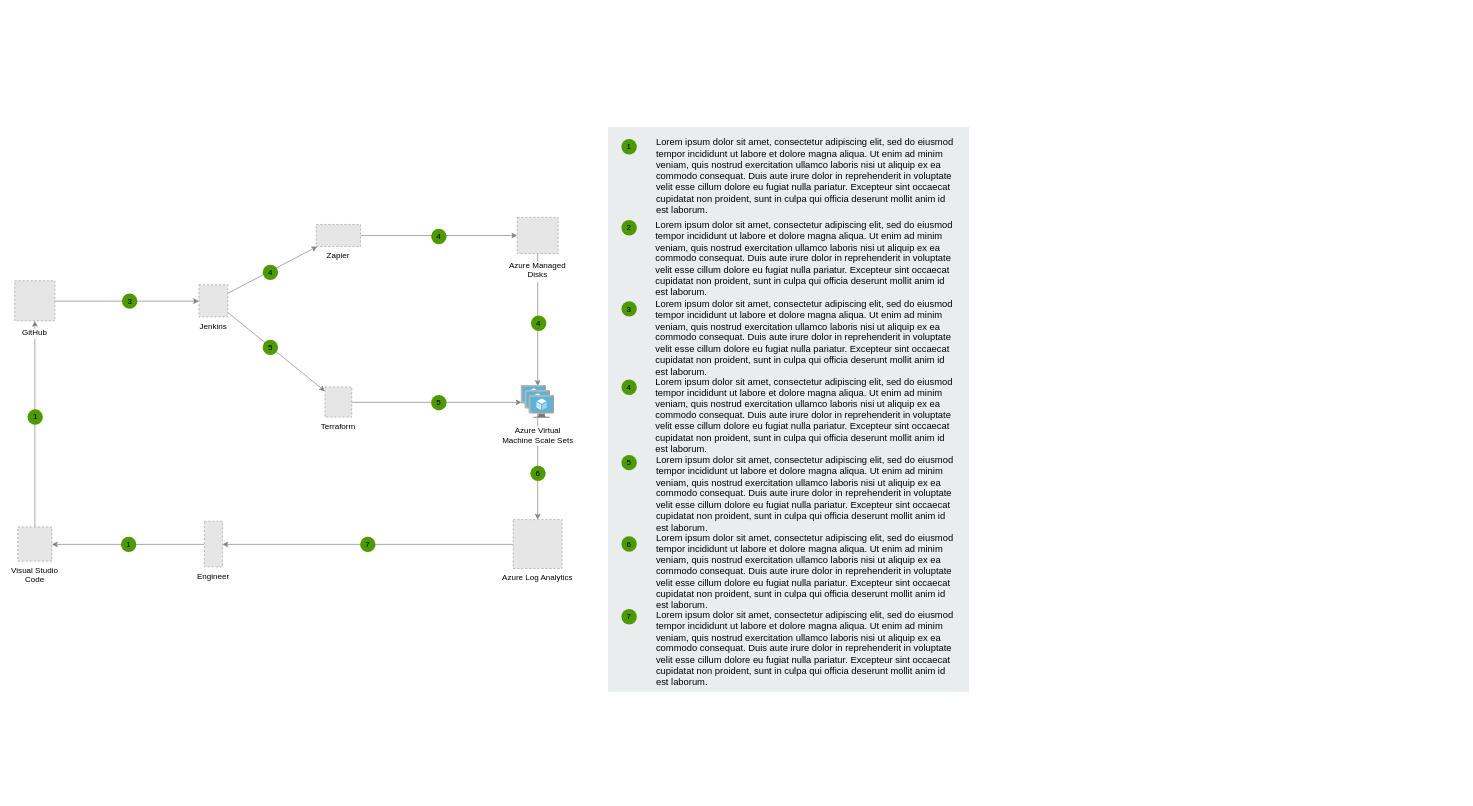
Earlier version of the draw.io diagram Untitled Diagram.drawio (PhamHaiLong99/Strlen-derirative). Source tidied: cells renumbered, new cells numbered last; positions are measured from the earlier drawing's top-left corner, leaving out a move shared by most shapes. Both pictures are drawn from the tidied source at 67%, with x=0, y=0 at pixel (14, 127). Pictures stored in the file or linked from it are replaced by grey dashed boxes.
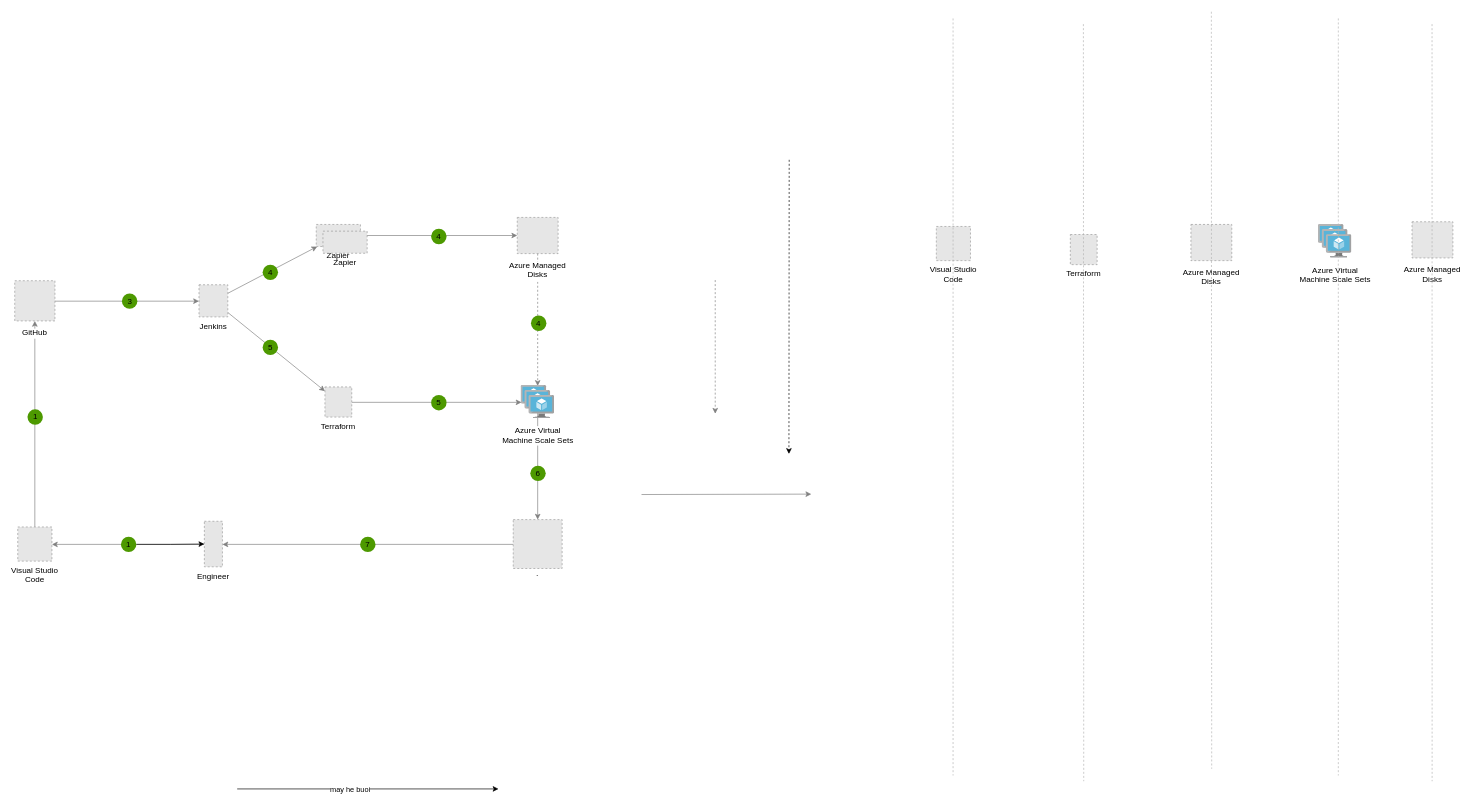
The same page after the edit.

Unchanged cells that the change refers to:
```xml
<mxCell id="16" value="Azure Managed&#10;Disks" style="fillColor=#E6E6E6;strokeColor=#999999;dashed=1;verticalLabelPosition=bottom;labelBackgroundColor=#ffffff;verticalAlign=top;spacingTop=4;" parent="1" vertex="1">
  <mxGeometry x="750.5" y="135" width="61" height="54" as="geometry" />
</mxCell>
<mxCell id="17" value="Azure Virtual&lt;br&gt;Machine Scale Sets" style="html=1;perimeter=none;align=center;shadow=0;dashed=0;image;fontSize=12;image=img/lib/mscae/VM_Scale_Set.svg;labelBackgroundColor=#ffffff;spacingTop=4;" parent="1" vertex="1">
  <mxGeometry x="756" y="385.5" width="50" height="50" as="geometry" />
</mxCell>
<mxCell id="19" value="Engineer" style="fillColor=#E6E6E6;strokeColor=#999999;dashed=1;verticalLabelPosition=bottom;labelBackgroundColor=none;verticalAlign=top;" parent="1" vertex="1">
  <mxGeometry x="283.5" y="588.5" width="27" height="68" as="geometry" />
</mxCell>
<mxCell id="22" value="1" style="ellipse;whiteSpace=wrap;html=1;fillColor=#4D9900;strokeColor=none;labelBackgroundColor=none;" parent="1" vertex="1">
  <mxGeometry x="159" y="611.5" width="23" height="23" as="geometry" />
</mxCell>
```

The edit, as a diff of the source:
```diff
@@
-    <mxCell id="7" style="edgeStyle=elbowEdgeStyle;rounded=0;jettySize=auto;html=1;entryX=0.501;entryY=0.02;entryDx=0;entryDy=0;strokeColor=#808080;entryPerimeter=0;" parent="1" edge="1" source="16" target="17">
+    <mxCell id="7" style="edgeStyle=elbowEdgeStyle;rounded=0;jettySize=auto;html=1;entryX=0.501;entryY=0.02;entryDx=0;entryDy=0;strokeColor=#808080;entryPerimeter=0;dashed=1;" parent="1" edge="1" source="16" target="17">
       <mxGeometry relative="1" as="geometry" />
     </mxCell>
@@
-    <mxCell id="20" value="Azure Log Analytics" style="fillColor=#E6E6E6;strokeColor=#999999;dashed=1;verticalLabelPosition=bottom;labelBackgroundColor=none;verticalAlign=top;" parent="1" vertex="1">
+    <mxCell id="20" value="`" style="fillColor=#E6E6E6;strokeColor=#999999;dashed=1;verticalLabelPosition=bottom;labelBackgroundColor=none;verticalAlign=top;" parent="1" vertex="1">
       <mxGeometry x="744.5" y="586" width="73" height="73" as="geometry" />
     </mxCell>
@@
+    <mxCell id="46" style="edgeStyle=orthogonalEdgeStyle;rounded=0;jettySize=auto;html=1;" parent="1" edge="1" source="22" target="19">
+      <mxGeometry relative="1" as="geometry" />
+    </mxCell>
@@
-    <mxCell id="31" style="rounded=0;whiteSpace=wrap;html=1;fillColor=#EAEDED;fontSize=22;fontColor=#FFFFFF;strokeColor=none;labelBackgroundColor=none;" parent="1" vertex="1">
-      <mxGeometry x="886" width="539" height="843" as="geometry" />
-    </mxCell>
-    <mxCell id="32" value="&lt;span&gt;Lorem ipsum dolor sit amet, consectetur adipiscing elit, sed do eiusmod tempor incididunt ut labore et dolore magna aliqua. Ut enim ad minim veniam, quis nostrud exercitation ullamco laboris nisi ut aliquip ex ea commodo consequat. Duis aute irure dolor in reprehenderit in voluptate velit esse cillum dolore eu fugiat nulla pariatur. Excepteur sint occaecat cupidatat non proident, sunt in culpa qui officia deserunt mollit anim id est laborum.&lt;/span&gt;&lt;br&gt;" style="text;html=1;align=left;verticalAlign=top;spacingTop=-4;fontSize=14;labelBackgroundColor=none;whiteSpace=wrap;" parent="1" vertex="1">
-      <mxGeometry x="955.5" y="11.5" width="449" height="118" as="geometry" />
-    </mxCell>
-    <mxCell id="33" value="&lt;span&gt;Lorem ipsum dolor sit amet, consectetur adipiscing elit, sed do eiusmod tempor incididunt ut labore et dolore magna aliqua. Ut enim ad minim veniam, quis nostrud exercitation ullamco laboris nisi ut aliquip ex ea commodo consequat. Duis aute irure dolor in reprehenderit in voluptate velit esse cillum dolore eu fugiat nulla pariatur. Excepteur sint occaecat cupidatat non proident, sunt in culpa qui officia deserunt mollit anim id est laborum.&lt;/span&gt;&lt;br&gt;" style="text;html=1;align=left;verticalAlign=top;spacingTop=-4;fontSize=14;labelBackgroundColor=none;whiteSpace=wrap;" parent="1" vertex="1">
-      <mxGeometry x="954.5" y="134.5" width="450" height="115" as="geometry" />
-    </mxCell>
-    <mxCell id="34" value="&lt;span&gt;Lorem ipsum dolor sit amet, consectetur adipiscing elit, sed do eiusmod tempor incididunt ut labore et dolore magna aliqua. Ut enim ad minim veniam, quis nostrud exercitation ullamco laboris nisi ut aliquip ex ea commodo consequat. Duis aute irure dolor in reprehenderit in voluptate velit esse cillum dolore eu fugiat nulla pariatur. Excepteur sint occaecat cupidatat non proident, sunt in culpa qui officia deserunt mollit anim id est laborum.&lt;/span&gt;&lt;br&gt;" style="text;html=1;align=left;verticalAlign=top;spacingTop=-4;fontSize=14;labelBackgroundColor=none;whiteSpace=wrap;" parent="1" vertex="1">
-      <mxGeometry x="954.5" y="252.5" width="450" height="117" as="geometry" />
-    </mxCell>
-    <mxCell id="35" value="&lt;span&gt;Lorem ipsum dolor sit amet, consectetur adipiscing elit, sed do eiusmod tempor incididunt ut labore et dolore magna aliqua. Ut enim ad minim veniam, quis nostrud exercitation ullamco laboris nisi ut aliquip ex ea commodo consequat. Duis aute irure dolor in reprehenderit in voluptate velit esse cillum dolore eu fugiat nulla pariatur. Excepteur sint occaecat cupidatat non proident, sunt in culpa qui officia deserunt mollit anim id est laborum.&lt;/span&gt;&lt;br&gt;" style="text;html=1;align=left;verticalAlign=top;spacingTop=-4;fontSize=14;labelBackgroundColor=none;whiteSpace=wrap;" parent="1" vertex="1">
-      <mxGeometry x="954.5" y="368.5" width="450" height="121" as="geometry" />
-    </mxCell>
-    <mxCell id="36" value="&lt;span&gt;Lorem ipsum dolor sit amet, consectetur adipiscing elit, sed do eiusmod tempor incididunt ut labore et dolore magna aliqua. Ut enim ad minim veniam, quis nostrud exercitation ullamco laboris nisi ut aliquip ex ea commodo consequat. Duis aute irure dolor in reprehenderit in voluptate velit esse cillum dolore eu fugiat nulla pariatur. Excepteur sint occaecat cupidatat non proident, sunt in culpa qui officia deserunt mollit anim id est laborum.&lt;/span&gt;&lt;br&gt;" style="text;html=1;align=left;verticalAlign=top;spacingTop=-4;fontSize=14;labelBackgroundColor=none;whiteSpace=wrap;" parent="1" vertex="1">
-      <mxGeometry x="955.5" y="485.5" width="449" height="114" as="geometry" />
-    </mxCell>
-    <mxCell id="37" value="&lt;span&gt;Lorem ipsum dolor sit amet, consectetur adipiscing elit, sed do eiusmod tempor incididunt ut labore et dolore magna aliqua. Ut enim ad minim veniam, quis nostrud exercitation ullamco laboris nisi ut aliquip ex ea commodo consequat. Duis aute irure dolor in reprehenderit in voluptate velit esse cillum dolore eu fugiat nulla pariatur. Excepteur sint occaecat cupidatat non proident, sunt in culpa qui officia deserunt mollit anim id est laborum.&lt;/span&gt;&lt;br&gt;" style="text;html=1;align=left;verticalAlign=top;spacingTop=-4;fontSize=14;labelBackgroundColor=none;whiteSpace=wrap;" parent="1" vertex="1">
-      <mxGeometry x="955.5" y="601.5" width="450" height="118" as="geometry" />
-    </mxCell>
-    <mxCell id="38" value="&lt;span&gt;Lorem ipsum dolor sit amet, consectetur adipiscing elit, sed do eiusmod tempor incididunt ut labore et dolore magna aliqua. Ut enim ad minim veniam, quis nostrud exercitation ullamco laboris nisi ut aliquip ex ea commodo consequat. Duis aute irure dolor in reprehenderit in voluptate velit esse cillum dolore eu fugiat nulla pariatur. Excepteur sint occaecat cupidatat non proident, sunt in culpa qui officia deserunt mollit anim id est laborum.&lt;/span&gt;&lt;br&gt;" style="text;html=1;align=left;verticalAlign=top;spacingTop=-4;fontSize=14;labelBackgroundColor=none;whiteSpace=wrap;" parent="1" vertex="1">
-      <mxGeometry x="955.5" y="716.5" width="449" height="113" as="geometry" />
-    </mxCell>
-    <mxCell id="39" value="1" style="ellipse;whiteSpace=wrap;html=1;fillColor=#4D9900;strokeColor=none;labelBackgroundColor=none;" parent="1" vertex="1">
-      <mxGeometry x="906" y="18" width="23" height="23" as="geometry" />
-    </mxCell>
-    <mxCell id="40" value="2" style="ellipse;whiteSpace=wrap;html=1;fillColor=#4D9900;strokeColor=none;labelBackgroundColor=none;" parent="1" vertex="1">
-      <mxGeometry x="906" y="139" width="23" height="23" as="geometry" />
-    </mxCell>
-    <mxCell id="41" value="3" style="ellipse;whiteSpace=wrap;html=1;fillColor=#4D9900;strokeColor=none;labelBackgroundColor=none;" parent="1" vertex="1">
-      <mxGeometry x="906" y="260" width="23" height="23" as="geometry" />
-    </mxCell>
-    <mxCell id="42" value="4" style="ellipse;whiteSpace=wrap;html=1;fillColor=#4D9900;strokeColor=none;labelBackgroundColor=none;" parent="1" vertex="1">
-      <mxGeometry x="906" y="377" width="23" height="23" as="geometry" />
-    </mxCell>
-    <mxCell id="43" value="5" style="ellipse;whiteSpace=wrap;html=1;fillColor=#4D9900;strokeColor=none;labelBackgroundColor=none;" parent="1" vertex="1">
-      <mxGeometry x="906" y="489.5" width="23" height="23" as="geometry" />
-    </mxCell>
-    <mxCell id="44" value="6" style="ellipse;whiteSpace=wrap;html=1;fillColor=#4D9900;strokeColor=none;labelBackgroundColor=none;" parent="1" vertex="1">
-      <mxGeometry x="906" y="611" width="23" height="23" as="geometry" />
-    </mxCell>
-    <mxCell id="45" value="7" style="ellipse;whiteSpace=wrap;html=1;fillColor=#4D9900;strokeColor=none;labelBackgroundColor=none;" parent="1" vertex="1">
-      <mxGeometry x="906" y="719.5" width="23" height="23" as="geometry" />
-    </mxCell>
+    <mxCell id="47" style="endArrow=classic;fontFamily=Helvetica;" parent="1" edge="1">
+      <mxGeometry relative="1" as="geometry">
+        <mxPoint x="332.5" y="988" as="sourcePoint" />
+        <mxPoint x="722.5" y="988" as="targetPoint" />
+      </mxGeometry>
+    </mxCell>
+    <mxCell id="48" value="may he buoi" style="edgeLabel;html=1;align=center;verticalAlign=middle;fontFamily=Helvetica;" parent="47" vertex="1">
+      <mxGeometry x="-0.14" relative="1" as="geometry" />
+    </mxCell>
+    <mxCell id="49" value="Azure Managed&#10;Disks" style="fillColor=#E6E6E6;strokeColor=#999999;dashed=1;verticalLabelPosition=bottom;labelBackgroundColor=#ffffff;verticalAlign=top;spacingTop=4;" parent="1" vertex="1">
+      <mxGeometry x="1756" y="145.5" width="61" height="54" as="geometry" />
+    </mxCell>
+    <mxCell id="50" value="Azure Virtual&lt;br&gt;Machine Scale Sets" style="html=1;perimeter=none;align=center;shadow=0;dashed=0;image;fontSize=12;image=img/lib/mscae/VM_Scale_Set.svg;labelBackgroundColor=#ffffff;spacingTop=4;" parent="1" vertex="1">
+      <mxGeometry x="1946" y="145.5" width="50" height="50" as="geometry" />
+    </mxCell>
+    <mxCell id="51" value="Terraform" style="fillColor=#E6E6E6;strokeColor=#999999;dashed=1;verticalLabelPosition=bottom;labelBackgroundColor=none;verticalAlign=top;" parent="1" vertex="1">
+      <mxGeometry x="1576" y="160.5" width="40" height="45" as="geometry" />
+    </mxCell>
+    <mxCell id="52" value="Visual Studio&#10;Code" style="fillColor=#E6E6E6;strokeColor=#999999;dashed=1;verticalLabelPosition=bottom;labelBackgroundColor=none;verticalAlign=top;" parent="1" vertex="1">
+      <mxGeometry x="1376" y="148.5" width="51" height="51" as="geometry" />
+    </mxCell>
+    <mxCell id="53" style="edgeStyle=elbowEdgeStyle;rounded=0;orthogonalLoop=1;jettySize=auto;html=1;strokeColor=#808080;dashed=1;" parent="1" edge="1">
+      <mxGeometry relative="1" as="geometry">
+        <mxPoint x="1046" y="228.5" as="sourcePoint" />
+        <mxPoint x="1046" y="428" as="targetPoint" />
+      </mxGeometry>
+    </mxCell>
+    <mxCell id="54" style="edgeStyle=elbowEdgeStyle;rounded=0;orthogonalLoop=1;jettySize=auto;elbow=vertical;html=1;strokeColor=#808080;entryX=0.018;entryY=0.503;entryDx=0;entryDy=0;entryPerimeter=0;" parent="1" edge="1">
+      <mxGeometry relative="1" as="geometry">
+        <mxPoint x="936" y="548.6" as="sourcePoint" />
+        <mxPoint x="1189.4" y="548.1" as="targetPoint" />
+      </mxGeometry>
+    </mxCell>
+    <mxCell id="55" style="edgeStyle=elbowEdgeStyle;rounded=0;orthogonalLoop=1;jettySize=auto;html=1;strokeColor=#000000;dashed=1;endArrow=classic;endFill=1;" parent="1" edge="1">
+      <mxGeometry relative="1" as="geometry">
+        <mxPoint x="1156.4" y="49" as="sourcePoint" />
+        <mxPoint x="1156" y="488" as="targetPoint" />
+      </mxGeometry>
+    </mxCell>
+    <mxCell id="56" style="edgeStyle=elbowEdgeStyle;rounded=0;orthogonalLoop=1;jettySize=auto;html=1;strokeColor=#B3B3B3;dashed=1;endArrow=none;endFill=0;" parent="1" edge="1">
+      <mxGeometry relative="1" as="geometry">
+        <mxPoint x="1401" y="-162" as="sourcePoint" />
+        <mxPoint x="1401" y="968" as="targetPoint" />
+      </mxGeometry>
+    </mxCell>
+    <mxCell id="57" style="edgeStyle=elbowEdgeStyle;rounded=0;orthogonalLoop=1;jettySize=auto;html=1;strokeColor=#B3B3B3;dashed=1;endArrow=none;endFill=0;" parent="1" edge="1">
+      <mxGeometry relative="1" as="geometry">
+        <mxPoint x="1595.5" y="-153.5" as="sourcePoint" />
+        <mxPoint x="1595.5" y="976.5" as="targetPoint" />
+      </mxGeometry>
+    </mxCell>
+    <mxCell id="58" style="edgeStyle=elbowEdgeStyle;rounded=0;orthogonalLoop=1;jettySize=auto;html=1;strokeColor=#B3B3B3;dashed=1;endArrow=none;endFill=0;" parent="1" edge="1">
+      <mxGeometry relative="1" as="geometry">
+        <mxPoint x="1786.5" y="-172" as="sourcePoint" />
+        <mxPoint x="1786.5" y="958" as="targetPoint" />
+      </mxGeometry>
+    </mxCell>
+    <mxCell id="59" style="edgeStyle=elbowEdgeStyle;rounded=0;orthogonalLoop=1;jettySize=auto;html=1;strokeColor=#B3B3B3;dashed=1;endArrow=none;endFill=0;" parent="1" edge="1">
+      <mxGeometry relative="1" as="geometry">
+        <mxPoint x="1976" y="-162" as="sourcePoint" />
+        <mxPoint x="1976" y="968" as="targetPoint" />
+      </mxGeometry>
+    </mxCell>
+    <mxCell id="60" value="Azure Managed&#10;Disks" style="fillColor=#E6E6E6;strokeColor=#999999;dashed=1;verticalLabelPosition=bottom;labelBackgroundColor=#ffffff;verticalAlign=top;spacingTop=4;" parent="1" vertex="1">
+      <mxGeometry x="2086" y="141.5" width="61" height="54" as="geometry" />
+    </mxCell>
+    <mxCell id="61" style="edgeStyle=elbowEdgeStyle;rounded=0;orthogonalLoop=1;jettySize=auto;html=1;strokeColor=#B3B3B3;dashed=1;endArrow=none;endFill=0;" parent="1" edge="1">
+      <mxGeometry relative="1" as="geometry">
+        <mxPoint x="2115.9" y="-153.5" as="sourcePoint" />
+        <mxPoint x="2115.9" y="976.5" as="targetPoint" />
+      </mxGeometry>
+    </mxCell>
+    <mxCell id="62" value="Zapier" style="fillColor=#E6E6E6;strokeColor=#999999;dashed=1;verticalLabelPosition=bottom;labelBackgroundColor=none;verticalAlign=top;" parent="1" vertex="1">
+      <mxGeometry x="460.5" y="155.5" width="66" height="33" as="geometry" />
+    </mxCell>
```
